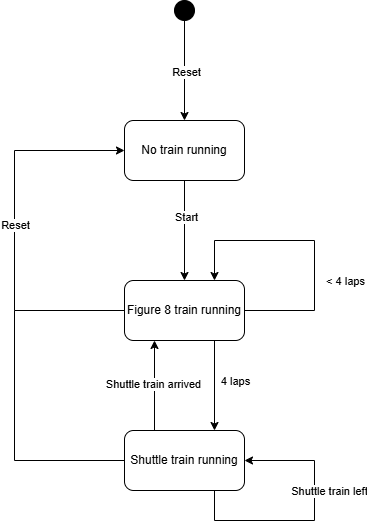
Earlier version of the draw.io export zeppelin_statemachine.drawio.png (rschuitema/zeppelin). Source tidied: cells renumbered, new cells last; positions are measured from the earlier drawing's top-left corner, leaving out a move shared by most shapes. The source it was exported from:
```xml
<mxGraphModel background="#ffffff">
  <root>
    <mxCell id="0" />
    <mxCell id="1" parent="0" />
    <mxCell id="2" style="edgeStyle=orthogonalEdgeStyle;rounded=0;jettySize=auto;html=1;exitX=0.5;exitY=1;exitDx=0;exitDy=0;entryX=0.5;entryY=0;entryDx=0;entryDy=0;" parent="1" edge="1" source="4" target="10">
      <mxGeometry relative="1" as="geometry" />
    </mxCell>
    <mxCell id="3" value="Start" style="edgeLabel;html=1;align=center;verticalAlign=middle;" parent="2" vertex="1">
      <mxGeometry x="-0.27" y="1" relative="1" as="geometry" />
    </mxCell>
    <mxCell id="4" value="No train running" style="rounded=1;whiteSpace=wrap;html=1;" parent="1" vertex="1">
      <mxGeometry x="110" y="120" width="120" height="60" as="geometry" />
    </mxCell>
    <mxCell id="5" style="edgeStyle=orthogonalEdgeStyle;rounded=0;jettySize=auto;html=1;exitX=0.5;exitY=1;exitDx=0;exitDy=0;entryX=0.5;entryY=0;entryDx=0;entryDy=0;" parent="1" edge="1" source="7" target="4">
      <mxGeometry relative="1" as="geometry" />
    </mxCell>
    <mxCell id="6" value="Reset" style="edgeLabel;html=1;align=center;verticalAlign=middle;" parent="5" vertex="1">
      <mxGeometry x="0.02" y="1" relative="1" as="geometry" />
    </mxCell>
    <mxCell id="7" style="ellipse;whiteSpace=wrap;html=1;gradientColor=none;fillColor=#000000;" parent="1" vertex="1">
      <mxGeometry x="160" width="20" height="20" as="geometry" />
    </mxCell>
    <mxCell id="8" style="edgeStyle=orthogonalEdgeStyle;rounded=0;jettySize=auto;html=1;exitX=0.75;exitY=1;exitDx=0;exitDy=0;entryX=0.75;entryY=0;entryDx=0;entryDy=0;" parent="1" edge="1" source="10" target="11">
      <mxGeometry relative="1" as="geometry" />
    </mxCell>
    <mxCell id="9" value="4 laps" style="edgeLabel;html=1;align=center;verticalAlign=middle;" parent="8" vertex="1">
      <mxGeometry x="0.05" y="1" relative="1" as="geometry">
        <mxPoint x="19" y="-7" as="offset" />
      </mxGeometry>
    </mxCell>
    <mxCell id="10" value="Figure 8 train running" style="rounded=1;whiteSpace=wrap;html=1;" parent="1" vertex="1">
      <mxGeometry x="110" y="280" width="120" height="60" as="geometry" />
    </mxCell>
    <mxCell id="11" value="Shuttle train running" style="whiteSpace=wrap;html=1;rounded=1;" parent="1" vertex="1">
      <mxGeometry x="110" y="430" width="120" height="60" as="geometry" />
    </mxCell>
    <mxCell id="12" style="edgeStyle=orthogonalEdgeStyle;rounded=0;orthogonalLoop=1;jettySize=auto;html=1;exitX=1;exitY=0.5;exitDx=0;exitDy=0;entryX=0.75;entryY=0;entryDx=0;entryDy=0;" parent="1" edge="1" source="10" target="10">
      <mxGeometry x="-0.21" y="-160" relative="1" as="geometry">
        <Array as="points">
          <mxPoint x="300" y="310" />
          <mxPoint x="300" y="240" />
          <mxPoint x="200" y="240" />
        </Array>
      </mxGeometry>
    </mxCell>
    <mxCell id="13" value="&amp;lt; 4 laps" style="edgeLabel;html=1;align=center;verticalAlign=middle;" parent="12" vertex="1">
      <mxGeometry x="-0.39" y="2" relative="1" as="geometry">
        <mxPoint x="32" y="-15" as="offset" />
      </mxGeometry>
    </mxCell>
    <mxCell id="14" style="edgeStyle=orthogonalEdgeStyle;rounded=0;orthogonalLoop=1;jettySize=auto;html=1;exitX=0.75;exitY=1;exitDx=0;exitDy=0;entryX=1;entryY=0.5;entryDx=0;entryDy=0;" parent="1" edge="1" source="11" target="11">
      <mxGeometry relative="1" as="geometry">
        <Array as="points">
          <mxPoint x="200" y="520" />
          <mxPoint x="300" y="520" />
          <mxPoint x="300" y="460" />
        </Array>
      </mxGeometry>
    </mxCell>
    <mxCell id="15" value="Shuttle train left" style="edgeLabel;html=1;align=center;verticalAlign=middle;" parent="14" vertex="1">
      <mxGeometry x="-0.28" relative="1" as="geometry">
        <mxPoint x="50" y="-30" as="offset" />
      </mxGeometry>
    </mxCell>
    <mxCell id="16" style="endArrow=classic;html=1;rounded=0;exitX=0.25;exitY=0;exitDx=0;exitDy=0;entryX=0.25;entryY=1;entryDx=0;entryDy=0;" parent="1" edge="1" source="11" target="10">
      <mxGeometry relative="1" as="geometry" />
    </mxCell>
    <mxCell id="17" value="Shuttle train arrived" style="edgeLabel;html=1;align=center;verticalAlign=middle;" parent="16" vertex="1">
      <mxGeometry x="0.04" y="2" relative="1" as="geometry" />
    </mxCell>
    <mxCell id="18" style="endArrow=classic;html=1;rounded=0;exitX=0;exitY=0.5;exitDx=0;exitDy=0;entryX=0;entryY=0.5;entryDx=0;entryDy=0;" parent="1" edge="1" source="10" target="4">
      <mxGeometry relative="1" as="geometry">
        <Array as="points">
          <mxPoint y="310" />
          <mxPoint y="150" />
        </Array>
      </mxGeometry>
    </mxCell>
    <mxCell id="19" value="Reset" style="edgeLabel;html=1;align=center;verticalAlign=middle;" parent="18" vertex="1">
      <mxGeometry x="0.03" relative="1" as="geometry" />
    </mxCell>
    <mxCell id="20" style="endArrow=none;html=1;rounded=0;exitX=0;exitY=0.5;exitDx=0;exitDy=0;" parent="1" edge="1" source="11">
      <mxGeometry relative="1" as="geometry">
        <mxPoint y="310" as="targetPoint" />
        <Array as="points">
          <mxPoint y="460" />
        </Array>
      </mxGeometry>
    </mxCell>
  </root>
</mxGraphModel>
```
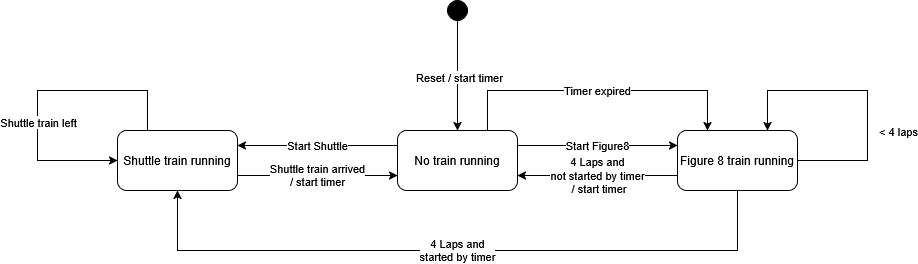
The same file after the commit.

What changed in the source:
```diff
@@ -1,45 +1,59 @@
-<mxGraphModel background="#ffffff">
+<mxGraphModel background="#FFFFFF">
   <root>
     <mxCell id="0" />
     <mxCell id="1" parent="0" />
-    <mxCell id="2" style="edgeStyle=orthogonalEdgeStyle;rounded=0;jettySize=auto;html=1;exitX=0.5;exitY=1;exitDx=0;exitDy=0;entryX=0.5;entryY=0;entryDx=0;entryDy=0;" parent="1" edge="1" source="4" target="10">
-      <mxGeometry relative="1" as="geometry" />
-    </mxCell>
-    <mxCell id="3" value="Start" style="edgeLabel;html=1;align=center;verticalAlign=middle;" parent="2" vertex="1">
-      <mxGeometry x="-0.27" y="1" relative="1" as="geometry" />
-    </mxCell>
+    <mxCell id="21" value="Start Shuttle" style="edgeStyle=orthogonalEdgeStyle;rounded=0;jettySize=auto;html=1;exitX=0;exitY=0.25;exitDx=0;exitDy=0;entryX=1;entryY=0.25;entryDx=0;entryDy=0;" parent="1" edge="1" source="4" target="11">
+      <mxGeometry relative="1" as="geometry" />
+    </mxCell>
+    <mxCell id="22" value="Start Figure8" style="edgeStyle=orthogonalEdgeStyle;rounded=0;jettySize=auto;html=1;exitX=1;exitY=0.25;exitDx=0;exitDy=0;entryX=0;entryY=0.25;entryDx=0;entryDy=0;" parent="1" edge="1" source="4" target="10">
+      <mxGeometry relative="1" as="geometry" />
+    </mxCell>
+    <mxCell id="23" value="Timer expired" style="edgeStyle=orthogonalEdgeStyle;rounded=0;jettySize=auto;html=1;exitX=0.75;exitY=0;exitDx=0;exitDy=0;entryX=0.25;entryY=0;entryDx=0;entryDy=0;" parent="1" edge="1" source="4" target="10">
+      <mxGeometry relative="1" as="geometry">
+        <Array as="points">
+          <mxPoint x="210" y="80" />
+          <mxPoint x="430" y="80" />
+        </Array>
+      </mxGeometry>
+    </mxCell>
     <mxCell id="4" value="No train running" style="rounded=1;whiteSpace=wrap;html=1;" parent="1" vertex="1">
-      <mxGeometry x="110" y="120" width="120" height="60" as="geometry" />
+      <mxGeometry x="120" y="120" width="120" height="60" as="geometry" />
     </mxCell>
-    <mxCell id="5" style="edgeStyle=orthogonalEdgeStyle;rounded=0;jettySize=auto;html=1;exitX=0.5;exitY=1;exitDx=0;exitDy=0;entryX=0.5;entryY=0;entryDx=0;entryDy=0;" parent="1" edge="1" source="7" target="4">
-      <mxGeometry relative="1" as="geometry" />
-    </mxCell>
-    <mxCell id="6" value="Reset" style="edgeLabel;html=1;align=center;verticalAlign=middle;" parent="5" vertex="1">
-      <mxGeometry x="0.02" y="1" relative="1" as="geometry" />
-    </mxCell>
-    <mxCell id="7" style="ellipse;whiteSpace=wrap;html=1;gradientColor=none;fillColor=#000000;" parent="1" vertex="1">
-      <mxGeometry x="160" width="20" height="20" as="geometry" />
-    </mxCell>
+    <mxCell id="24" style="edgeStyle=orthogonalEdgeStyle;rounded=0;jettySize=auto;html=1;exitX=0.5;exitY=1;exitDx=0;exitDy=0;entryX=0.5;entryY=0;entryDx=0;entryDy=0;" parent="1" edge="1" source="26" target="4">
+      <mxGeometry relative="1" as="geometry" />
+    </mxCell>
+    <mxCell id="25" value="Reset / start timer" style="edgeLabel;html=1;align=center;verticalAlign=middle;" parent="24" vertex="1">
+      <mxGeometry x="0.02" y="1" relative="1" as="geometry" />
+    </mxCell>
+    <mxCell id="26" style="ellipse;whiteSpace=wrap;html=1;gradientColor=none;fillColor=#000000;" parent="1" vertex="1">
+      <mxGeometry x="170" y="-10" width="20" height="20" as="geometry" />
+    </mxCell>
+    <mxCell id="18" value="&lt;div&gt;4 Laps and&lt;/div&gt;&lt;div&gt;not started by timer&lt;/div&gt;&amp;nbsp;/ start timer" style="edgeStyle=orthogonalEdgeStyle;rounded=0;jettySize=auto;html=1;exitX=0;exitY=0.75;exitDx=0;exitDy=0;entryX=1;entryY=0.75;entryDx=0;entryDy=0;" parent="1" edge="1" source="10" target="4">
+      <mxGeometry relative="1" as="geometry" />
+    </mxCell>
-    <mxCell id="8" style="edgeStyle=orthogonalEdgeStyle;rounded=0;jettySize=auto;html=1;exitX=0.75;exitY=1;exitDx=0;exitDy=0;entryX=0.75;entryY=0;entryDx=0;entryDy=0;" parent="1" edge="1" source="10" target="11">
-      <mxGeometry relative="1" as="geometry" />
+    <mxCell id="8" value="&lt;div&gt;4 Laps and&lt;/div&gt;&lt;div&gt;started by timer&lt;/div&gt;" style="edgeStyle=orthogonalEdgeStyle;rounded=0;jettySize=auto;html=1;exitX=0.5;exitY=1;exitDx=0;exitDy=0;entryX=0.5;entryY=1;entryDx=0;entryDy=0;" parent="1" edge="1" source="10" target="11">
+      <mxGeometry relative="1" as="geometry">
+        <Array as="points">
+          <mxPoint x="460" y="240" />
+          <mxPoint x="-100" y="240" />
+        </Array>
+      </mxGeometry>
     </mxCell>
-    <mxCell id="9" value="4 laps" style="edgeLabel;html=1;align=center;verticalAlign=middle;" parent="8" vertex="1">
-      <mxGeometry x="0.05" y="1" relative="1" as="geometry">
-        <mxPoint x="19" y="-7" as="offset" />
-      </mxGeometry>
-    </mxCell>
     <mxCell id="10" value="Figure 8 train running" style="rounded=1;whiteSpace=wrap;html=1;" parent="1" vertex="1">
-      <mxGeometry x="110" y="280" width="120" height="60" as="geometry" />
+      <mxGeometry x="400" y="120" width="120" height="60" as="geometry" />
     </mxCell>
+    <mxCell id="27" value="&lt;div&gt;Shuttle train arrived&lt;/div&gt;/ start timer" style="edgeStyle=orthogonalEdgeStyle;rounded=0;jettySize=auto;html=1;exitX=1;exitY=0.75;exitDx=0;exitDy=0;entryX=0;entryY=0.75;entryDx=0;entryDy=0;" parent="1" edge="1" source="11" target="4">
+      <mxGeometry relative="1" as="geometry" />
+    </mxCell>
     <mxCell id="11" value="Shuttle train running" style="whiteSpace=wrap;html=1;rounded=1;" parent="1" vertex="1">
-      <mxGeometry x="110" y="430" width="120" height="60" as="geometry" />
+      <mxGeometry x="-160" y="120" width="120" height="60" as="geometry" />
     </mxCell>
     <mxCell id="12" style="edgeStyle=orthogonalEdgeStyle;rounded=0;orthogonalLoop=1;jettySize=auto;html=1;exitX=1;exitY=0.5;exitDx=0;exitDy=0;entryX=0.75;entryY=0;entryDx=0;entryDy=0;" parent="1" edge="1" source="10" target="10">
       <mxGeometry x="-0.21" y="-160" relative="1" as="geometry">
         <Array as="points">
-          <mxPoint x="300" y="310" />
-          <mxPoint x="300" y="240" />
-          <mxPoint x="200" y="240" />
+          <mxPoint x="590" y="150" />
+          <mxPoint x="590" y="80" />
+          <mxPoint x="490" y="80" />
         </Array>
       </mxGeometry>
     </mxCell>
@@ -48,44 +62,17 @@
         <mxPoint x="32" y="-15" as="offset" />
       </mxGeometry>
     </mxCell>
-    <mxCell id="14" style="edgeStyle=orthogonalEdgeStyle;rounded=0;orthogonalLoop=1;jettySize=auto;html=1;exitX=0.75;exitY=1;exitDx=0;exitDy=0;entryX=1;entryY=0.5;entryDx=0;entryDy=0;" parent="1" edge="1" source="11" target="11">
+    <mxCell id="14" style="edgeStyle=orthogonalEdgeStyle;rounded=0;orthogonalLoop=1;jettySize=auto;html=1;exitX=0.25;exitY=0;exitDx=0;exitDy=0;entryX=0;entryY=0.5;entryDx=0;entryDy=0;" parent="1" edge="1" source="11" target="11">
       <mxGeometry relative="1" as="geometry">
         <Array as="points">
-          <mxPoint x="200" y="520" />
-          <mxPoint x="300" y="520" />
-          <mxPoint x="300" y="460" />
+          <mxPoint x="-130" y="80" />
+          <mxPoint x="-240" y="80" />
+          <mxPoint x="-240" y="150" />
         </Array>
       </mxGeometry>
     </mxCell>
     <mxCell id="15" value="Shuttle train left" style="edgeLabel;html=1;align=center;verticalAlign=middle;" parent="14" vertex="1">
-      <mxGeometry x="-0.28" relative="1" as="geometry">
-        <mxPoint x="50" y="-30" as="offset" />
-      </mxGeometry>
+      <mxGeometry x="0.21" relative="1" as="geometry" />
     </mxCell>
-    <mxCell id="16" style="endArrow=classic;html=1;rounded=0;exitX=0.25;exitY=0;exitDx=0;exitDy=0;entryX=0.25;entryY=1;entryDx=0;entryDy=0;" parent="1" edge="1" source="11" target="10">
-      <mxGeometry relative="1" as="geometry" />
-    </mxCell>
-    <mxCell id="17" value="Shuttle train arrived" style="edgeLabel;html=1;align=center;verticalAlign=middle;" parent="16" vertex="1">
-      <mxGeometry x="0.04" y="2" relative="1" as="geometry" />
-    </mxCell>
-    <mxCell id="18" style="endArrow=classic;html=1;rounded=0;exitX=0;exitY=0.5;exitDx=0;exitDy=0;entryX=0;entryY=0.5;entryDx=0;entryDy=0;" parent="1" edge="1" source="10" target="4">
-      <mxGeometry relative="1" as="geometry">
-        <Array as="points">
-          <mxPoint y="310" />
-          <mxPoint y="150" />
-        </Array>
-      </mxGeometry>
-    </mxCell>
-    <mxCell id="19" value="Reset" style="edgeLabel;html=1;align=center;verticalAlign=middle;" parent="18" vertex="1">
-      <mxGeometry x="0.03" relative="1" as="geometry" />
-    </mxCell>
-    <mxCell id="20" style="endArrow=none;html=1;rounded=0;exitX=0;exitY=0.5;exitDx=0;exitDy=0;" parent="1" edge="1" source="11">
-      <mxGeometry relative="1" as="geometry">
-        <mxPoint y="310" as="targetPoint" />
-        <Array as="points">
-          <mxPoint y="460" />
-        </Array>
-      </mxGeometry>
-    </mxCell>
   </root>
 </mxGraphModel>
```
